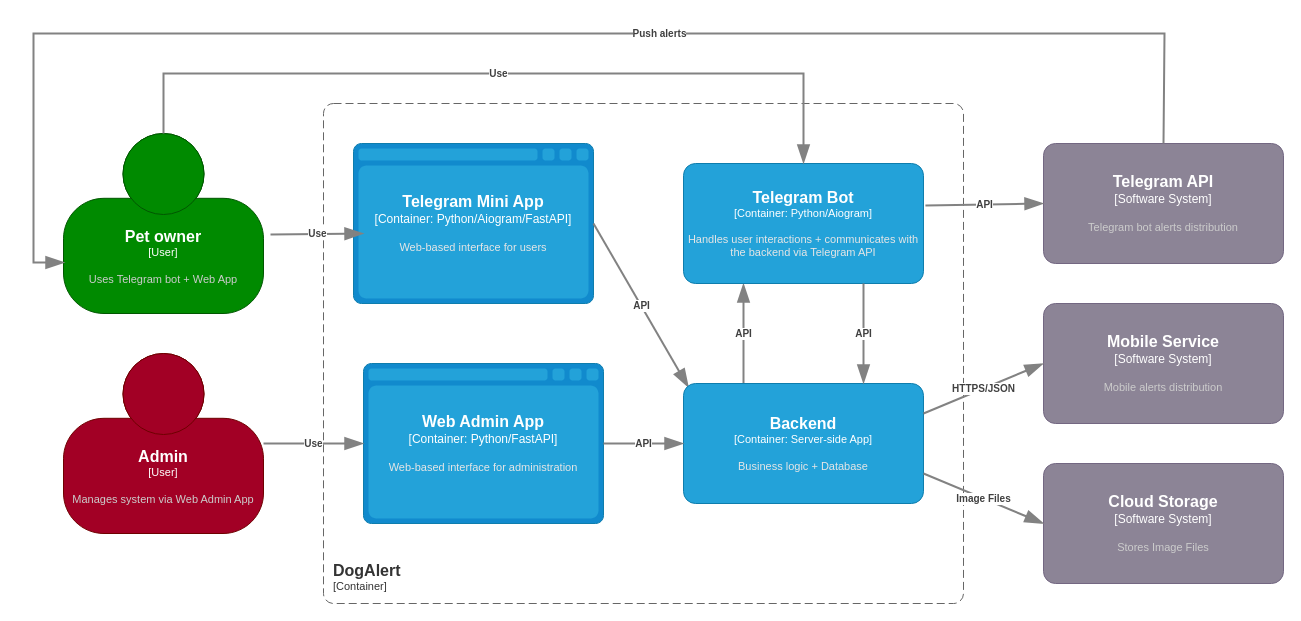
artyombn/dogalert keeps this draw.io diagram as page "DogAlert" (1 of 2) of docs/architecture/C4 model.drawio. Above is the earlier version. Source tidied: cells renumbered, new cells numbered last; positions are measured from the earlier drawing's top-left corner, leaving out a move shared by most shapes. Both pictures are drawn from the tidied source at 100%, with x=0, y=0 at pixel (33, 33).
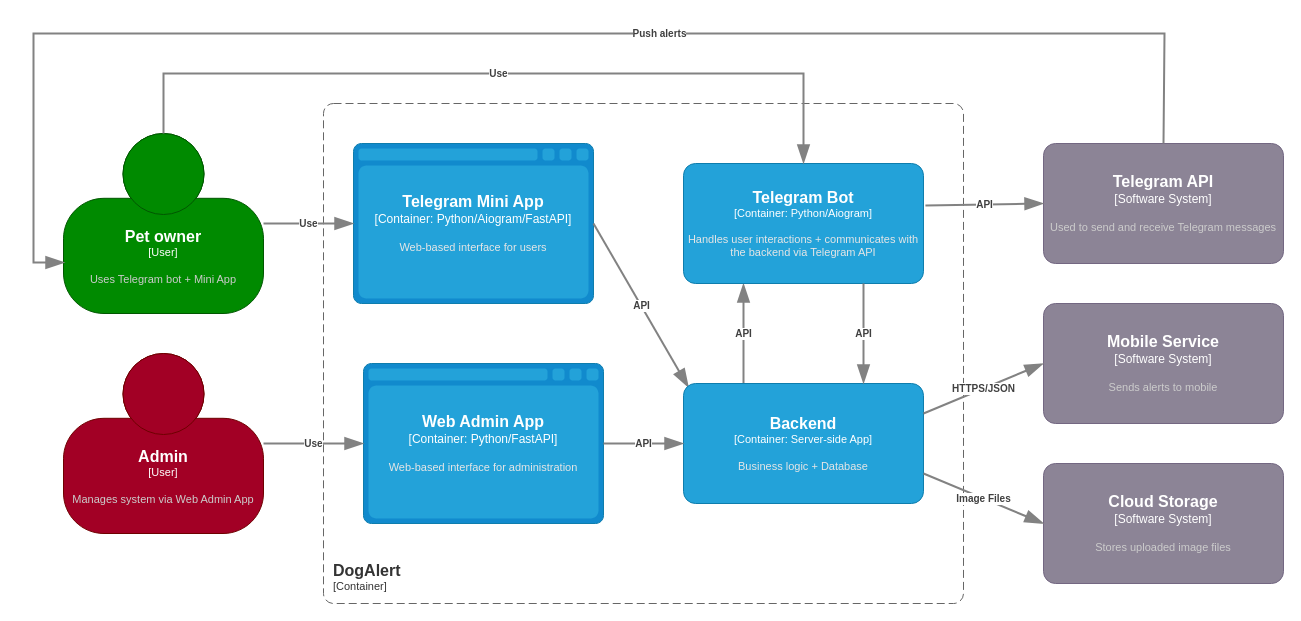
Above is the later version.

Commit message (it also covers changes not shown here):
backend diagram for model architecture

Unchanged cells that the change refers to:
```xml
<object id="4" label="&lt;font style=&quot;font-size: 16px&quot;&gt;&lt;b&gt;%c4Name%&lt;/b&gt;&lt;/font&gt;&lt;div&gt;[%c4Type%:&amp;nbsp;%c4Technology%]&lt;/div&gt;&lt;br&gt;&lt;div&gt;&lt;font style=&quot;font-size: 11px&quot;&gt;&lt;font color=&quot;#E6E6E6&quot;&gt;%c4Description%&lt;/font&gt;&lt;/div&gt;" c4Description="Web-based interface for users" c4Name="Telegram Mini App" c4Technology="Python/Aiogram/FastAPI" c4Type="Container" placeholders="1">
  <mxCell style="shape=mxgraph.c4.webBrowserContainer2;whiteSpace=wrap;html=1;boundedLbl=1;rounded=0;labelBackgroundColor=none;strokeColor=#118ACD;fillColor=#23A2D9;strokeColor=#118ACD;strokeColor2=#0E7DAD;fontSize=12;fontColor=#ffffff;align=center;points=[[0.5,0,0],[1,0.25,0],[1,0.5,0],[1,0.75,0],[0.5,1,0],[0,0.75,0],[0,0.5,0],[0,0.25,0]];" parent="1" vertex="1">
    <mxGeometry x="320" y="110" width="240" height="160" as="geometry" />
  </mxCell>
</object>
```

The edit, as a diff of the source:
```diff
@@
-    <object id="2" label="&lt;font style=&quot;font-size: 16px&quot;&gt;&lt;b&gt;%c4Name%&lt;/b&gt;&lt;/font&gt;&lt;div&gt;[%c4Type%]&lt;/div&gt;&lt;br&gt;&lt;div&gt;&lt;font style=&quot;font-size: 11px&quot;&gt;&lt;font color=&quot;#cccccc&quot;&gt;%c4Description%&lt;/font&gt;&lt;/div&gt;" c4Description="Uses Telegram bot + Web App" c4Name="Pet owner" c4Type="User" placeholders="1">
+    <object id="2" label="&lt;font style=&quot;font-size: 16px&quot;&gt;&lt;b&gt;%c4Name%&lt;/b&gt;&lt;/font&gt;&lt;div&gt;[%c4Type%]&lt;/div&gt;&lt;br&gt;&lt;div&gt;&lt;font style=&quot;font-size: 11px&quot;&gt;&lt;font color=&quot;#cccccc&quot;&gt;%c4Description%&lt;/font&gt;&lt;/div&gt;" c4Description="Uses Telegram bot + Mini App" c4Name="Pet owner" c4Type="User" placeholders="1">
       <mxCell style="html=1;fontSize=11;dashed=0;whiteSpace=wrap;fillColor=#008a00;strokeColor=#005700;fontColor=#ffffff;shape=mxgraph.c4.person2;align=center;points=[[0.5,0,0],[1,0.5,0],[1,0.75,0],[0.75,1,0],[0.5,1,0],[0.25,1,0],[0,0.75,0],[0,0.5,0]];" parent="1" vertex="1">
         <mxGeometry x="30" y="100" width="200" height="180" as="geometry" />
       </mxCell>
     </object>
@@
-    <object id="9" label="&lt;font style=&quot;font-size: 16px&quot;&gt;&lt;b&gt;%c4Name%&lt;/b&gt;&lt;/font&gt;&lt;div&gt;[%c4Type%]&lt;/div&gt;&lt;br&gt;&lt;div&gt;&lt;font style=&quot;font-size: 11px&quot;&gt;&lt;font color=&quot;#cccccc&quot;&gt;%c4Description%&lt;/font&gt;&lt;/div&gt;" c4Description="Mobile alerts distribution" c4Name="Mobile Service" c4Type="Software System" placeholders="1">
+    <object id="9" label="&lt;font style=&quot;font-size: 16px&quot;&gt;&lt;b&gt;%c4Name%&lt;/b&gt;&lt;/font&gt;&lt;div&gt;[%c4Type%]&lt;/div&gt;&lt;br&gt;&lt;div&gt;&lt;font style=&quot;font-size: 11px&quot;&gt;&lt;font color=&quot;#cccccc&quot;&gt;%c4Description%&lt;/font&gt;&lt;/div&gt;" c4Description="Sends alerts to mobile" c4Name="Mobile Service" c4Type="Software System" placeholders="1">
       <mxCell style="rounded=1;whiteSpace=wrap;html=1;labelBackgroundColor=none;fillColor=#8C8496;fontColor=#ffffff;align=center;arcSize=10;strokeColor=#736782;points=[[0.25,0,0],[0.5,0,0],[0.75,0,0],[1,0.25,0],[1,0.5,0],[1,0.75,0],[0.75,1,0],[0.5,1,0],[0.25,1,0],[0,0.75,0],[0,0.5,0],[0,0.25,0]];" parent="1" vertex="1">
         <mxGeometry x="1010" y="270" width="240" height="120" as="geometry" />
       </mxCell>
     </object>
-    <object id="10" label="&lt;font style=&quot;font-size: 16px&quot;&gt;&lt;b&gt;%c4Name%&lt;/b&gt;&lt;/font&gt;&lt;div&gt;[%c4Type%]&lt;/div&gt;&lt;br&gt;&lt;div&gt;&lt;font style=&quot;font-size: 11px&quot;&gt;&lt;font color=&quot;#cccccc&quot;&gt;%c4Description%&lt;/font&gt;&lt;/div&gt;" c4Description="Stores Image Files" c4Name="Cloud Storage" c4Type="Software System" placeholders="1">
+    <object id="10" label="&lt;font style=&quot;font-size: 16px&quot;&gt;&lt;b&gt;%c4Name%&lt;/b&gt;&lt;/font&gt;&lt;div&gt;[%c4Type%]&lt;/div&gt;&lt;br&gt;&lt;div&gt;&lt;font style=&quot;font-size: 11px&quot;&gt;&lt;font color=&quot;#cccccc&quot;&gt;%c4Description%&lt;/font&gt;&lt;/div&gt;" c4Description="Stores uploaded image files" c4Name="Cloud Storage" c4Type="Software System" placeholders="1">
       <mxCell style="rounded=1;whiteSpace=wrap;html=1;labelBackgroundColor=none;fillColor=#8C8496;fontColor=#ffffff;align=center;arcSize=10;strokeColor=#736782;points=[[0.25,0,0],[0.5,0,0],[0.75,0,0],[1,0.25,0],[1,0.5,0],[1,0.75,0],[0.75,1,0],[0.5,1,0],[0.25,1,0],[0,0.75,0],[0,0.5,0],[0,0.25,0]];" parent="1" vertex="1">
         <mxGeometry x="1010" y="430" width="240" height="120" as="geometry" />
       </mxCell>
     </object>
@@
-    <object id="17" label="&lt;font style=&quot;font-size: 16px&quot;&gt;&lt;b&gt;%c4Name%&lt;/b&gt;&lt;/font&gt;&lt;div&gt;[%c4Type%]&lt;/div&gt;&lt;br&gt;&lt;div&gt;&lt;font style=&quot;font-size: 11px&quot;&gt;&lt;font color=&quot;#cccccc&quot;&gt;%c4Description%&lt;/font&gt;&lt;/div&gt;" c4Description="Telegram bot alerts distribution" c4Name="Telegram API" c4Type="Software System" placeholders="1">
+    <object id="17" label="&lt;font style=&quot;font-size: 16px&quot;&gt;&lt;b&gt;%c4Name%&lt;/b&gt;&lt;/font&gt;&lt;div&gt;[%c4Type%]&lt;/div&gt;&lt;br&gt;&lt;div&gt;&lt;font style=&quot;font-size: 11px&quot;&gt;&lt;font color=&quot;#cccccc&quot;&gt;%c4Description%&lt;/font&gt;&lt;/div&gt;" c4Description="Used to send and receive Telegram messages" c4Name="Telegram API" c4Type="Software System" placeholders="1">
       <mxCell style="rounded=1;whiteSpace=wrap;html=1;labelBackgroundColor=none;fillColor=#8C8496;fontColor=#ffffff;align=center;arcSize=10;strokeColor=#736782;points=[[0.25,0,0],[0.5,0,0],[0.75,0,0],[1,0.25,0],[1,0.5,0],[1,0.75,0],[0.75,1,0],[0.5,1,0],[0.25,1,0],[0,0.75,0],[0,0.5,0],[0,0.25,0]];" parent="1" vertex="1">
         <mxGeometry x="1010" y="110" width="240" height="120" as="geometry" />
       </mxCell>
     </object>
@@
     <object id="19" label="&lt;div style=&quot;text-align: left&quot;&gt;&lt;div style=&quot;text-align: center&quot;&gt;&lt;b&gt;%c4Description%&lt;/b&gt;&lt;/div&gt;" c4Description="Use" placeholders="1">
-      <mxCell style="endArrow=blockThin;html=1;fontSize=10;fontColor=#404040;strokeWidth=2;endFill=1;strokeColor=#828282;elbow=vertical;endSize=14;startSize=14;jumpStyle=arc;jumpSize=16;rounded=0;entryX=0;entryY=0.5;entryDx=0;entryDy=0;entryPerimeter=0;exitX=0.986;exitY=0.507;exitDx=0;exitDy=0;exitPerimeter=0;" parent="1" edge="1">
-        <mxGeometry relative="1" as="geometry">
-          <mxPoint x="237" y="201" as="sourcePoint" />
-          <mxPoint x="330" y="200" as="targetPoint" />
-        </mxGeometry>
+      <mxCell style="endArrow=blockThin;html=1;fontSize=10;fontColor=#404040;strokeWidth=2;endFill=1;strokeColor=#828282;elbow=vertical;endSize=14;startSize=14;jumpStyle=arc;jumpSize=16;rounded=0;exitX=1;exitY=0.5;exitDx=0;exitDy=0;exitPerimeter=0;entryX=0;entryY=0.5;entryDx=0;entryDy=0;entryPerimeter=0;" parent="1" edge="1" source="2" target="4">
+        <mxGeometry relative="1" as="geometry" />
       </mxCell>
     </object>
```
